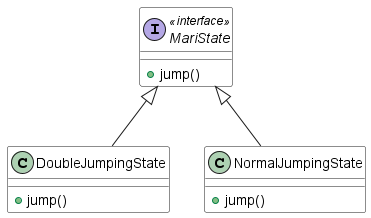
Earlier version of the PlantUML export projectST/docs/PNGs/implementation6.png (FEUP-LDTS-2023/project-l04gr08). Its diagram source:
```plantuml
@startuml



skinparam ClassBackgroundColor<<model>> SkyBlue
skinparam ClassBackgroundColor<<viewer>> Khaki
skinparam ClassBackgroundColor <<state>> LightBlue
skinparam ClassBackgroundColor<<controller>> LightCoral

class DoubleJumpingState {
+ jump()
}

class NormalJumpingState {
+ jump()
}

interface MariState <<interface>> {
+ jump()
}



MariState  <|-- NormalJumpingState
MariState  <|-- DoubleJumpingState



@enduml
```
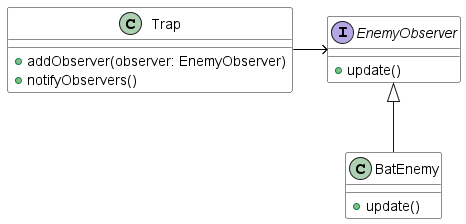
Above is the later version.

The edit, as a diff of the source:
```diff
@@ -7,23 +7,27 @@
 skinparam ClassBackgroundColor <<state>> LightBlue
 skinparam ClassBackgroundColor<<controller>> LightCoral
 
-class DoubleJumpingState {
-+ jump()
-}
 
-class NormalJumpingState {
-+ jump()
-}
 
-interface MariState <<interface>> {
-+ jump()
+class Trap {
+  + addObserver(observer: EnemyObserver)
+  + notifyObservers()
 }
 
 
 
-MariState  <|-- NormalJumpingState
-MariState  <|-- DoubleJumpingState
+interface EnemyObserver {
+  + update()
+}
 
 
 
+class BatEnemy {
+  + update()
+}
+
+
+
+EnemyObserver <|-- BatEnemy
+
 @enduml
```
